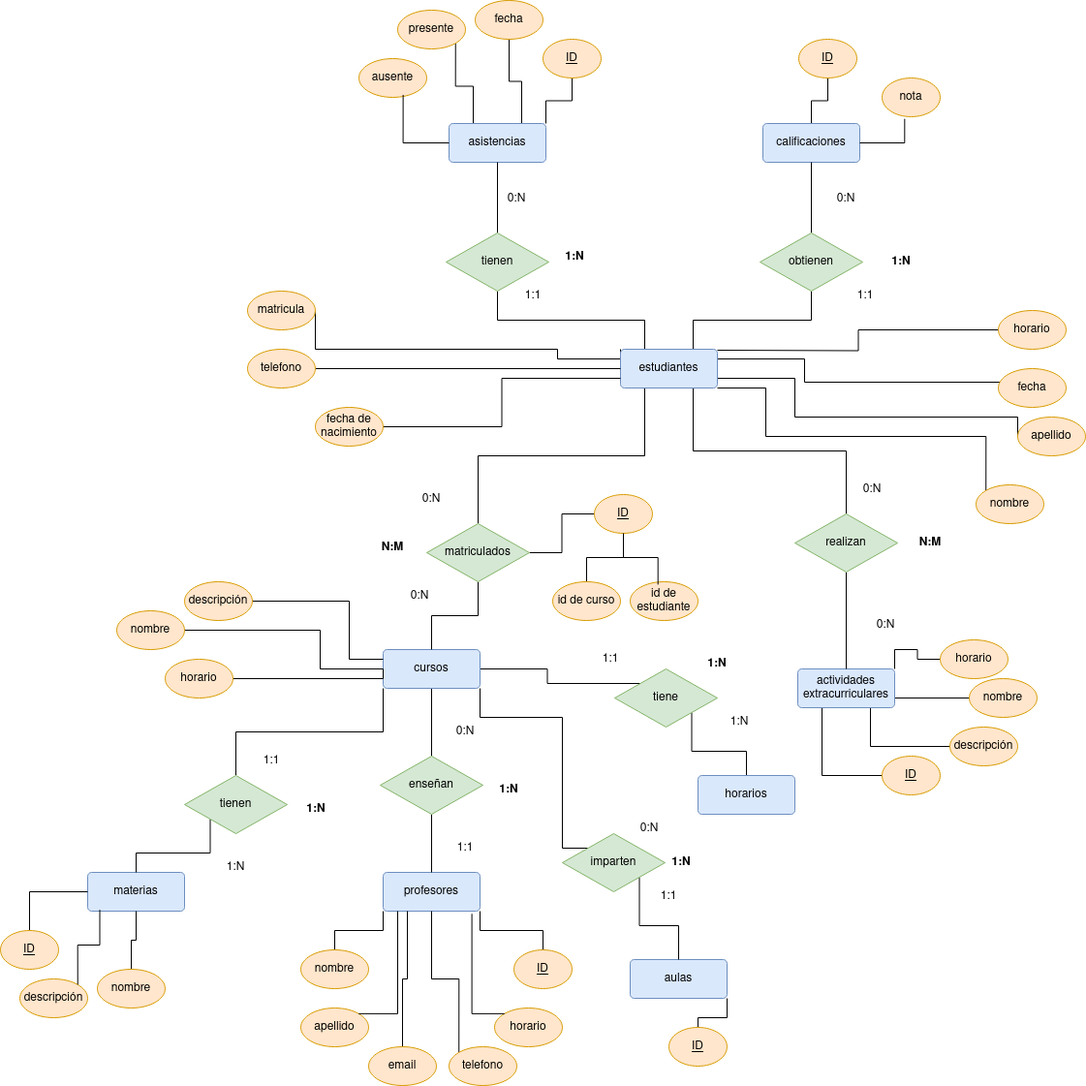
The draw.io diagram Unidad-1/Tareas./Tarea - 7 evaluable/Tarea evaluable.drawio.png in mdiogc/base-datos, before a commit. Source tidied: cells renumbered, new cells last; positions are measured from the earlier drawing's top-left corner, leaving out a move shared by most shapes.
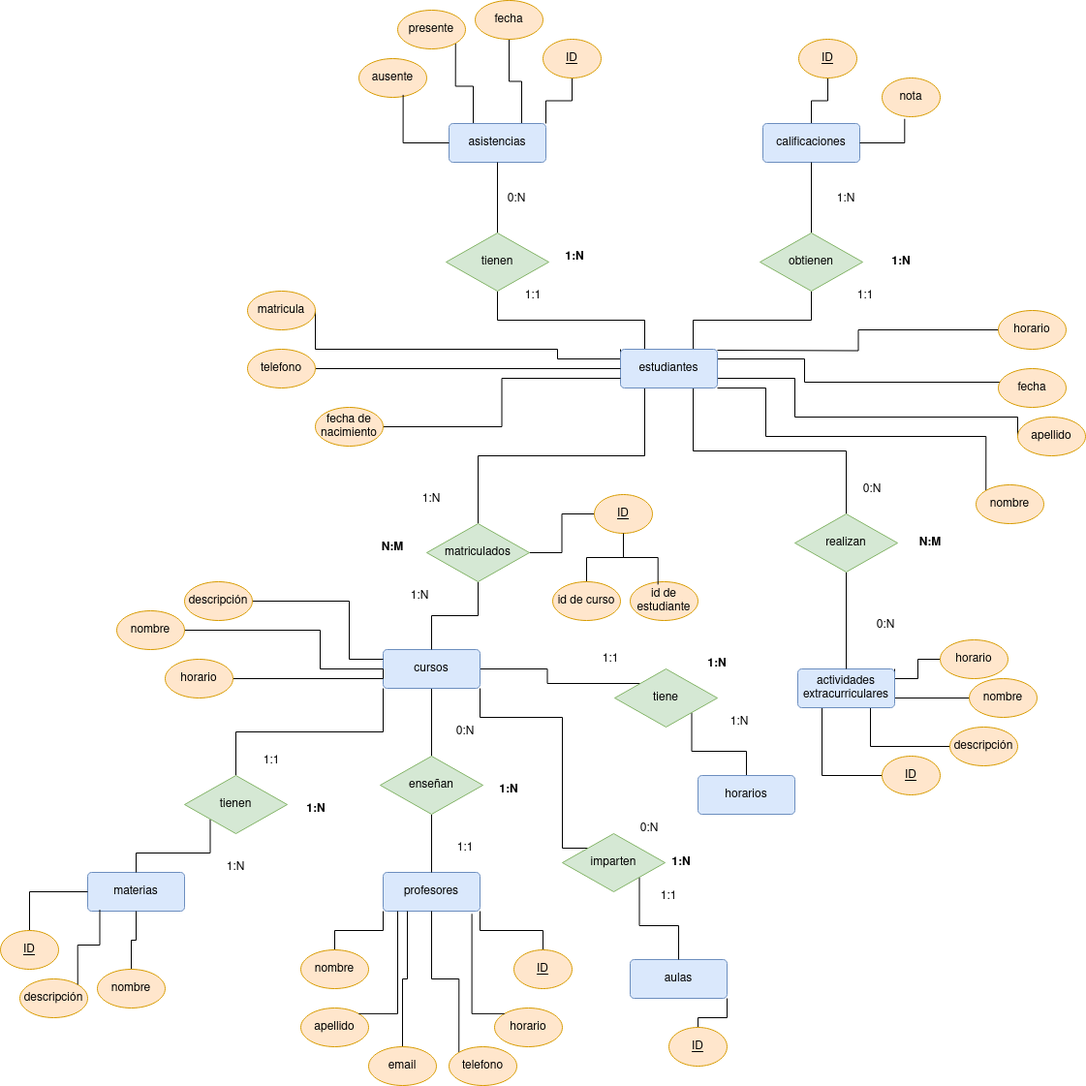
Above is the later version.

What changed in the source:
```diff
@@ -102,7 +102,13 @@
       <mxGeometry relative="1" as="geometry" />
     </mxCell>
     <mxCell id="25" style="edgeStyle=orthogonalEdgeStyle;rounded=0;jettySize=auto;html=1;exitX=1;exitY=0;exitDx=0;exitDy=0;entryX=0;entryY=0.5;entryDx=0;entryDy=0;endArrow=none;endFill=0;" parent="1" edge="1" source="27" target="97">
-      <mxGeometry relative="1" as="geometry" />
+      <mxGeometry relative="1" as="geometry">
+        <Array as="points">
+          <mxPoint x="923" y="700" />
+          <mxPoint x="947" y="700" />
+          <mxPoint x="947" y="680" />
+        </Array>
+      </mxGeometry>
     </mxCell>
     <mxCell id="26" style="edgeStyle=orthogonalEdgeStyle;rounded=0;jettySize=auto;html=1;exitX=1;exitY=0.75;exitDx=0;exitDy=0;entryX=0;entryY=0.5;entryDx=0;entryDy=0;endArrow=none;endFill=0;" parent="1" edge="1" source="27" target="95">
       <mxGeometry relative="1" as="geometry" />
@@ -331,10 +337,10 @@
     <mxCell id="97" value="horario" style="ellipse;whiteSpace=wrap;html=1;align=center;fillColor=#ffe6cc;strokeColor=#d79b00;" parent="1" vertex="1">
       <mxGeometry x="970" y="660" width="70" height="40" as="geometry" />
     </mxCell>
-    <mxCell id="98" value="0:N" style="text;html=1;strokeColor=none;fillColor=none;align=center;verticalAlign=middle;whiteSpace=wrap;rounded=0;" parent="1" vertex="1">
+    <mxCell id="98" value="1:N" style="text;html=1;strokeColor=none;fillColor=none;align=center;verticalAlign=middle;whiteSpace=wrap;rounded=0;" parent="1" vertex="1">
       <mxGeometry x="403" y="600" width="60" height="30" as="geometry" />
     </mxCell>
-    <mxCell id="99" value="0:N" style="text;html=1;strokeColor=none;fillColor=none;align=center;verticalAlign=middle;whiteSpace=wrap;rounded=0;" parent="1" vertex="1">
+    <mxCell id="99" value="1:N" style="text;html=1;strokeColor=none;fillColor=none;align=center;verticalAlign=middle;whiteSpace=wrap;rounded=0;" parent="1" vertex="1">
       <mxGeometry x="415" y="500" width="60" height="30" as="geometry" />
     </mxCell>
     <mxCell id="100" value="&lt;b&gt;N:M&lt;/b&gt;" style="text;html=1;strokeColor=none;fillColor=none;align=center;verticalAlign=middle;whiteSpace=wrap;rounded=0;" parent="1" vertex="1">
@@ -367,7 +373,7 @@
     <mxCell id="109" value="&lt;b&gt;1:N&lt;/b&gt;" style="text;html=1;strokeColor=none;fillColor=none;align=center;verticalAlign=middle;whiteSpace=wrap;rounded=0;" parent="1" vertex="1">
       <mxGeometry x="673" y="875" width="60" height="30" as="geometry" />
     </mxCell>
-    <mxCell id="110" value="0:N" style="text;html=1;strokeColor=none;fillColor=none;align=center;verticalAlign=middle;whiteSpace=wrap;rounded=0;" parent="1" vertex="1">
+    <mxCell id="110" value="1:N" style="text;html=1;strokeColor=none;fillColor=none;align=center;verticalAlign=middle;whiteSpace=wrap;rounded=0;" parent="1" vertex="1">
       <mxGeometry x="843" y="190" width="60" height="30" as="geometry" />
     </mxCell>
     <mxCell id="111" value="1:1" style="text;html=1;strokeColor=none;fillColor=none;align=center;verticalAlign=middle;whiteSpace=wrap;rounded=0;" parent="1" vertex="1">
```
